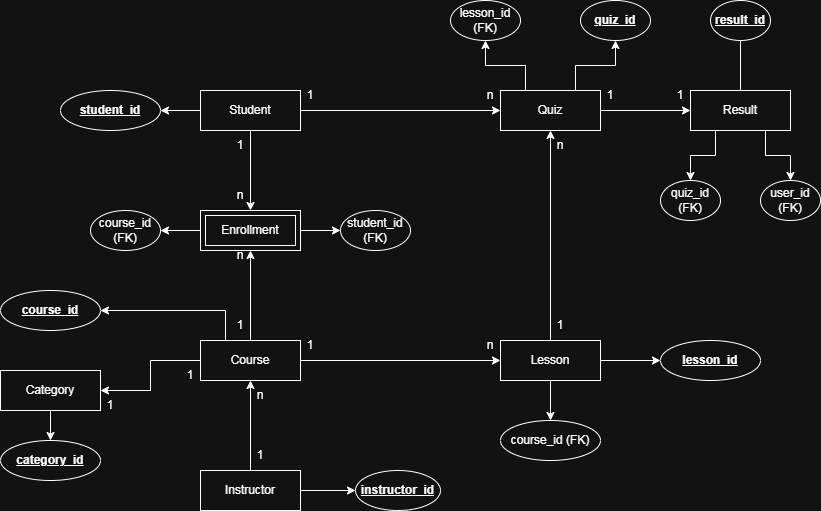
Above: so do ERD4.drawio.png in vantruongnguyen-cell/nguyenvt_jb-ioc-pthb260310-md1-ss1-b4 (draw.io), before the change. Source tidied: cells renumbered, new cells last; positions are measured from the earlier drawing's top-left corner, leaving out a move shared by most shapes.
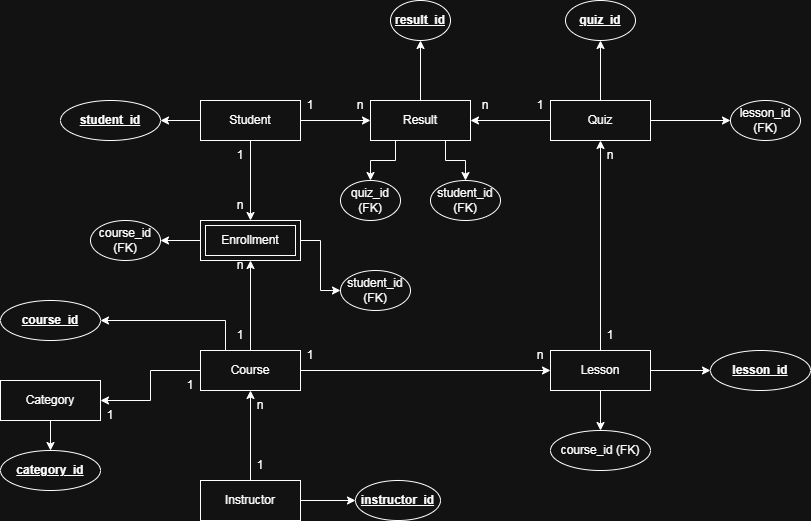
After the change.

The edit, as a diff of the source:
```diff
@@ -21,7 +21,7 @@
       <mxGeometry relative="1" as="geometry" />
     </mxCell>
     <mxCell id="8" value="Lesson" style="whiteSpace=wrap;html=1;align=center;" parent="1" vertex="1">
-      <mxGeometry x="500" y="340" width="100" height="40" as="geometry" />
+      <mxGeometry x="550" y="340" width="100" height="40" as="geometry" />
     </mxCell>
     <mxCell id="9" style="edgeStyle=orthogonalEdgeStyle;rounded=0;jettySize=auto;html=1;entryX=0.5;entryY=1;entryDx=0;entryDy=0;" parent="1" edge="1" source="13" target="30">
       <mxGeometry relative="1" as="geometry" />
@@ -38,24 +38,21 @@
     <mxCell id="13" value="Course" style="whiteSpace=wrap;html=1;align=center;" parent="1" vertex="1">
       <mxGeometry x="200" y="340" width="100" height="40" as="geometry" />
     </mxCell>
+    <mxCell id="16" style="edgeStyle=orthogonalEdgeStyle;rounded=0;jettySize=auto;html=1;exitX=0.5;exitY=0;exitDx=0;exitDy=0;" parent="1" edge="1" source="17" target="51">
+      <mxGeometry relative="1" as="geometry" />
+    </mxCell>
-    <mxCell id="14" style="edgeStyle=orthogonalEdgeStyle;rounded=0;jettySize=auto;html=1;entryX=0;entryY=0.5;entryDx=0;entryDy=0;" parent="1" edge="1" source="17" target="27">
+    <mxCell id="14" style="edgeStyle=orthogonalEdgeStyle;rounded=0;jettySize=auto;html=1;entryX=1;entryY=0.5;entryDx=0;entryDy=0;" parent="1" edge="1" source="17" target="27">
       <mxGeometry relative="1" as="geometry" />
     </mxCell>
-    <mxCell id="15" style="edgeStyle=orthogonalEdgeStyle;rounded=0;jettySize=auto;html=1;exitX=0.75;exitY=0;exitDx=0;exitDy=0;entryX=0.5;entryY=1;entryDx=0;entryDy=0;" parent="1" edge="1" source="17" target="50">
+    <mxCell id="15" style="edgeStyle=orthogonalEdgeStyle;rounded=0;jettySize=auto;html=1;entryX=0;entryY=0.5;entryDx=0;entryDy=0;" parent="1" edge="1" source="17" target="50">
       <mxGeometry relative="1" as="geometry" />
     </mxCell>
-    <mxCell id="16" style="edgeStyle=orthogonalEdgeStyle;rounded=0;jettySize=auto;html=1;exitX=0.25;exitY=0;exitDx=0;exitDy=0;" parent="1" edge="1" source="17" target="51">
-      <mxGeometry relative="1" as="geometry" />
-    </mxCell>
     <mxCell id="17" value="Quiz" style="whiteSpace=wrap;html=1;align=center;" parent="1" vertex="1">
-      <mxGeometry x="500" y="90" width="100" height="40" as="geometry" />
+      <mxGeometry x="550" y="90" width="100" height="40" as="geometry" />
     </mxCell>
     <mxCell id="18" style="edgeStyle=orthogonalEdgeStyle;rounded=0;jettySize=auto;html=1;entryX=0.5;entryY=0;entryDx=0;entryDy=0;" parent="1" edge="1" source="21" target="30">
       <mxGeometry relative="1" as="geometry" />
     </mxCell>
-    <mxCell id="19" style="edgeStyle=orthogonalEdgeStyle;rounded=0;jettySize=auto;html=1;entryX=0;entryY=0.5;entryDx=0;entryDy=0;" parent="1" edge="1" source="21" target="17">
-      <mxGeometry relative="1" as="geometry" />
-    </mxCell>
     <mxCell id="20" style="edgeStyle=orthogonalEdgeStyle;rounded=0;jettySize=auto;html=1;" parent="1" edge="1" source="21" target="47">
       <mxGeometry relative="1" as="geometry" />
     </mxCell>
@@ -68,20 +65,15 @@
     <mxCell id="23" value="Category" style="whiteSpace=wrap;html=1;align=center;" parent="1" vertex="1">
       <mxGeometry y="370" width="100" height="40" as="geometry" />
     </mxCell>
-    <mxCell id="24" style="edgeStyle=orthogonalEdgeStyle;rounded=0;jettySize=auto;html=1;" parent="1" edge="1" source="27">
-      <mxGeometry relative="1" as="geometry">
-        <mxPoint x="740" y="30" as="targetPoint" />
-      </mxGeometry>
-    </mxCell>
     <mxCell id="25" style="edgeStyle=orthogonalEdgeStyle;rounded=0;jettySize=auto;html=1;exitX=0.75;exitY=1;exitDx=0;exitDy=0;entryX=0.5;entryY=0;entryDx=0;entryDy=0;" parent="1" edge="1" source="27" target="48">
       <mxGeometry relative="1" as="geometry" />
     </mxCell>
     <mxCell id="26" style="edgeStyle=orthogonalEdgeStyle;rounded=0;jettySize=auto;html=1;exitX=0.25;exitY=1;exitDx=0;exitDy=0;" parent="1" edge="1" source="27" target="58">
       <mxGeometry relative="1" as="geometry" />
     </mxCell>
-    <mxCell id="27" value="Result" style="whiteSpace=wrap;html=1;align=center;" parent="1" vertex="1">
-      <mxGeometry x="690" y="90" width="100" height="40" as="geometry" />
-    </mxCell>
+    <mxCell id="60" style="edgeStyle=orthogonalEdgeStyle;rounded=0;jettySize=auto;html=1;entryX=0.5;entryY=1;entryDx=0;entryDy=0;" parent="1" edge="1" source="27" target="57">
+      <mxGeometry relative="1" as="geometry" />
+    </mxCell>
     <mxCell id="28" style="edgeStyle=orthogonalEdgeStyle;rounded=0;jettySize=auto;html=1;entryX=1;entryY=0.5;entryDx=0;entryDy=0;" parent="1" edge="1" source="30" target="55">
       <mxGeometry relative="1" as="geometry" />
     </mxCell>
@@ -95,25 +87,19 @@
       <mxGeometry x="280" y="80" width="60" height="30" as="geometry" />
     </mxCell>
     <mxCell id="32" value="n" style="text;html=1;whiteSpace=wrap;strokeColor=none;fillColor=none;align=center;verticalAlign=middle;rounded=0;" parent="1" vertex="1">
-      <mxGeometry x="460" y="80" width="60" height="30" as="geometry" />
+      <mxGeometry x="470" y="85" width="30" height="20" as="geometry" />
     </mxCell>
     <mxCell id="33" value="1" style="text;html=1;whiteSpace=wrap;strokeColor=none;fillColor=none;align=center;verticalAlign=middle;rounded=0;" parent="1" vertex="1">
-      <mxGeometry x="530" y="310" width="60" height="30" as="geometry" />
+      <mxGeometry x="580" y="310" width="60" height="30" as="geometry" />
     </mxCell>
     <mxCell id="34" value="n" style="text;html=1;whiteSpace=wrap;strokeColor=none;fillColor=none;align=center;verticalAlign=middle;rounded=0;" parent="1" vertex="1">
-      <mxGeometry x="530" y="130" width="60" height="30" as="geometry" />
+      <mxGeometry x="580" y="130" width="60" height="30" as="geometry" />
     </mxCell>
-    <mxCell id="35" value="1" style="text;html=1;whiteSpace=wrap;strokeColor=none;fillColor=none;align=center;verticalAlign=middle;rounded=0;" parent="1" vertex="1">
-      <mxGeometry x="600" y="80" width="20" height="30" as="geometry" />
-    </mxCell>
-    <mxCell id="36" value="1" style="text;html=1;whiteSpace=wrap;strokeColor=none;fillColor=none;align=center;verticalAlign=middle;rounded=0;" parent="1" vertex="1">
-      <mxGeometry x="670" y="80" width="20" height="30" as="geometry" />
-    </mxCell>
     <mxCell id="37" value="1" style="text;html=1;whiteSpace=wrap;strokeColor=none;fillColor=none;align=center;verticalAlign=middle;rounded=0;" parent="1" vertex="1">
       <mxGeometry x="300" y="330" width="20" height="30" as="geometry" />
     </mxCell>
     <mxCell id="38" value="n" style="text;html=1;whiteSpace=wrap;strokeColor=none;fillColor=none;align=center;verticalAlign=middle;rounded=0;" parent="1" vertex="1">
-      <mxGeometry x="480" y="330" width="20" height="30" as="geometry" />
+      <mxGeometry x="530" y="330" width="20" height="30" as="geometry" />
     </mxCell>
     <mxCell id="39" value="1" style="text;html=1;whiteSpace=wrap;strokeColor=none;fillColor=none;align=center;verticalAlign=middle;rounded=0;" parent="1" vertex="1">
       <mxGeometry x="230" y="310" width="20" height="30" as="geometry" />
@@ -142,26 +128,26 @@
     <mxCell id="47" value="&lt;b&gt;&lt;u&gt;student_id&lt;/u&gt;&lt;/b&gt;" style="ellipse;whiteSpace=wrap;html=1;align=center;" parent="1" vertex="1">
       <mxGeometry x="60" y="90" width="100" height="40" as="geometry" />
     </mxCell>
-    <mxCell id="48" value="user_id (FK)" style="ellipse;whiteSpace=wrap;html=1;align=center;" parent="1" vertex="1">
-      <mxGeometry x="760" y="180" width="60" height="40" as="geometry" />
+    <mxCell id="48" value="student_id (FK)" style="ellipse;whiteSpace=wrap;html=1;align=center;" parent="1" vertex="1">
+      <mxGeometry x="430" y="170" width="70" height="40" as="geometry" />
     </mxCell>
     <mxCell id="49" value="&lt;b&gt;&lt;u&gt;lesson_id&lt;/u&gt;&lt;/b&gt;" style="ellipse;whiteSpace=wrap;html=1;align=center;" parent="1" vertex="1">
-      <mxGeometry x="660" y="340" width="100" height="40" as="geometry" />
+      <mxGeometry x="710" y="340" width="100" height="40" as="geometry" />
     </mxCell>
-    <mxCell id="50" value="&lt;u&gt;&lt;b&gt;quiz_id&lt;/b&gt;&lt;/u&gt;" style="ellipse;whiteSpace=wrap;html=1;align=center;" parent="1" vertex="1">
-      <mxGeometry x="580" width="70" height="40" as="geometry" />
+    <mxCell id="50" value="lesson_id (FK)" style="ellipse;whiteSpace=wrap;html=1;align=center;" parent="1" vertex="1">
+      <mxGeometry x="730" y="90" width="70" height="40" as="geometry" />
     </mxCell>
-    <mxCell id="51" value="lesson_id (FK)" style="ellipse;whiteSpace=wrap;html=1;align=center;" parent="1" vertex="1">
-      <mxGeometry x="450" width="70" height="40" as="geometry" />
+    <mxCell id="51" value="&lt;u&gt;&lt;b&gt;quiz_id&lt;/b&gt;&lt;/u&gt;" style="ellipse;whiteSpace=wrap;html=1;align=center;" parent="1" vertex="1">
+      <mxGeometry x="565" y="-10" width="70" height="40" as="geometry" />
     </mxCell>
     <mxCell id="52" value="course_id (FK)" style="ellipse;whiteSpace=wrap;html=1;align=center;" parent="1" vertex="1">
-      <mxGeometry x="500" y="420" width="100" height="40" as="geometry" />
+      <mxGeometry x="550" y="420" width="100" height="40" as="geometry" />
     </mxCell>
     <mxCell id="53" value="&lt;b&gt;&lt;u&gt;course_id&lt;/u&gt;&lt;/b&gt;" style="ellipse;whiteSpace=wrap;html=1;align=center;" parent="1" vertex="1">
       <mxGeometry y="290" width="100" height="40" as="geometry" />
     </mxCell>
     <mxCell id="54" value="student&lt;span style=&quot;background-color: transparent; color: light-dark(rgb(0, 0, 0), rgb(255, 255, 255));&quot;&gt;_id (FK)&lt;/span&gt;" style="ellipse;whiteSpace=wrap;html=1;align=center;" parent="1" vertex="1">
-      <mxGeometry x="340" y="210" width="70" height="40" as="geometry" />
+      <mxGeometry x="340" y="260" width="70" height="40" as="geometry" />
     </mxCell>
     <mxCell id="55" value="course_id (FK)" style="ellipse;whiteSpace=wrap;html=1;align=center;" parent="1" vertex="1">
       <mxGeometry x="90" y="210" width="70" height="40" as="geometry" />
@@ -170,13 +156,25 @@
       <mxGeometry y="440" width="100" height="40" as="geometry" />
     </mxCell>
     <mxCell id="57" value="&lt;b&gt;&lt;u&gt;result_id&lt;/u&gt;&lt;/b&gt;" style="ellipse;whiteSpace=wrap;html=1;align=center;" parent="1" vertex="1">
-      <mxGeometry x="710" width="60" height="40" as="geometry" />
+      <mxGeometry x="390" y="-10" width="60" height="40" as="geometry" />
     </mxCell>
     <mxCell id="58" value="quiz_id (FK)" style="ellipse;whiteSpace=wrap;html=1;align=center;" parent="1" vertex="1">
-      <mxGeometry x="660" y="180" width="60" height="40" as="geometry" />
+      <mxGeometry x="340" y="170" width="60" height="40" as="geometry" />
     </mxCell>
     <mxCell id="59" value="&lt;u&gt;&lt;b&gt;instructor_id&lt;/b&gt;&lt;/u&gt;" style="ellipse;whiteSpace=wrap;html=1;align=center;" parent="1" vertex="1">
       <mxGeometry x="355" y="470" width="85" height="40" as="geometry" />
     </mxCell>
+    <mxCell id="61" style="edgeStyle=orthogonalEdgeStyle;rounded=0;jettySize=auto;html=1;entryX=0;entryY=0.5;entryDx=0;entryDy=0;" parent="1" edge="1" source="21" target="27">
+      <mxGeometry relative="1" as="geometry" />
+    </mxCell>
+    <mxCell id="27" value="Result" style="whiteSpace=wrap;html=1;align=center;" parent="1" vertex="1">
+      <mxGeometry x="370" y="90" width="100" height="40" as="geometry" />
+    </mxCell>
+    <mxCell id="62" value="1" style="text;html=1;whiteSpace=wrap;strokeColor=none;fillColor=none;align=center;verticalAlign=middle;rounded=0;" parent="1" vertex="1">
+      <mxGeometry x="530" y="85" width="20" height="20" as="geometry" />
+    </mxCell>
+    <mxCell id="63" value="n" style="text;html=1;whiteSpace=wrap;strokeColor=none;fillColor=none;align=center;verticalAlign=middle;rounded=0;" parent="1" vertex="1">
+      <mxGeometry x="330" y="80" width="60" height="30" as="geometry" />
+    </mxCell>
   </root>
 </mxGraphModel>
```
